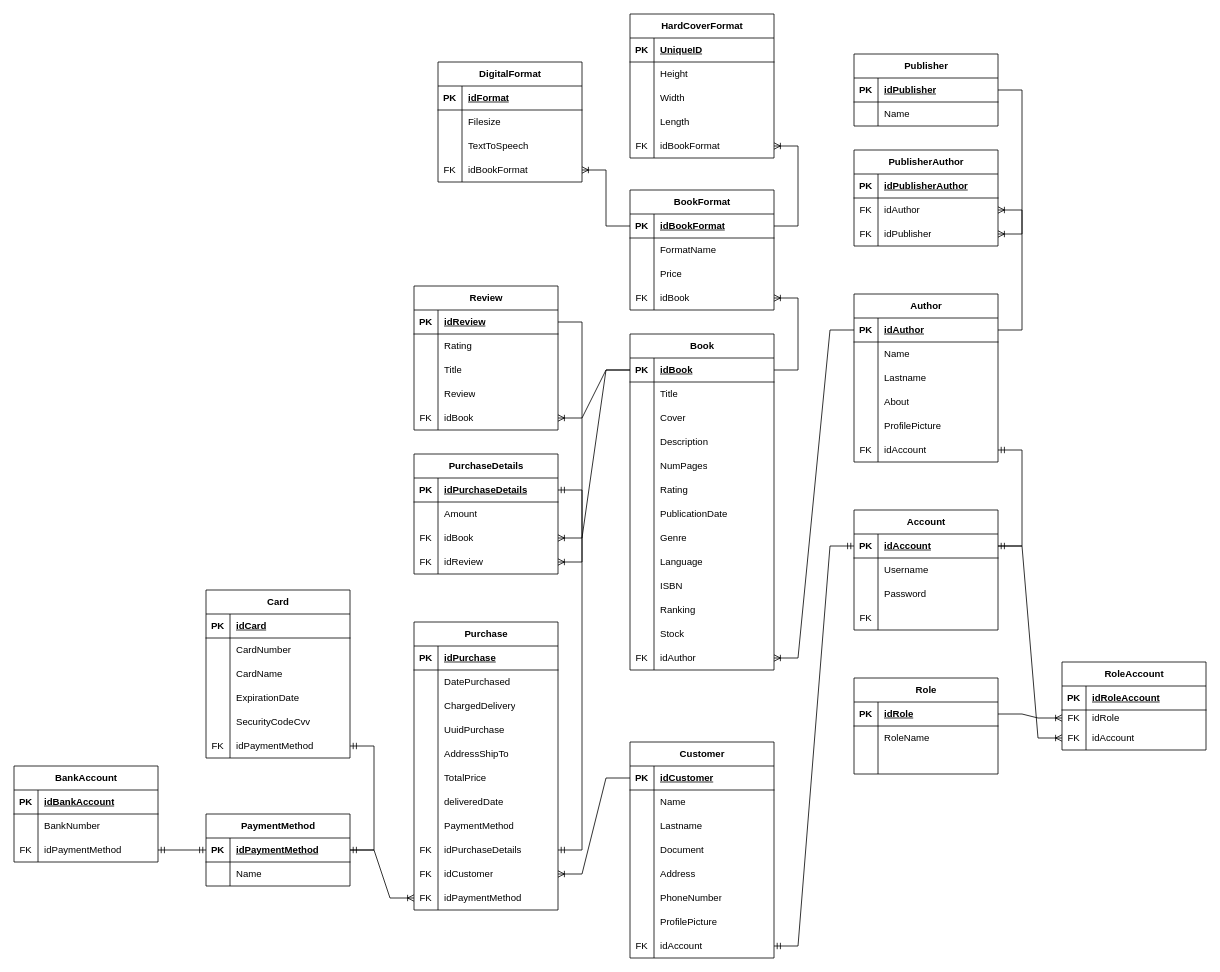
Before: docs/diagrams/bookStoreEntityRelation.drawio in josueBarretogit/goApiBookstore, a draw.io diagram. Source tidied: cells renumbered, new cells numbered last; positions are measured from the earlier drawing's top-left corner, leaving out a move shared by most shapes. Both pictures are drawn from the tidied source at 80%, with x=0, y=0 at pixel (14, 14).
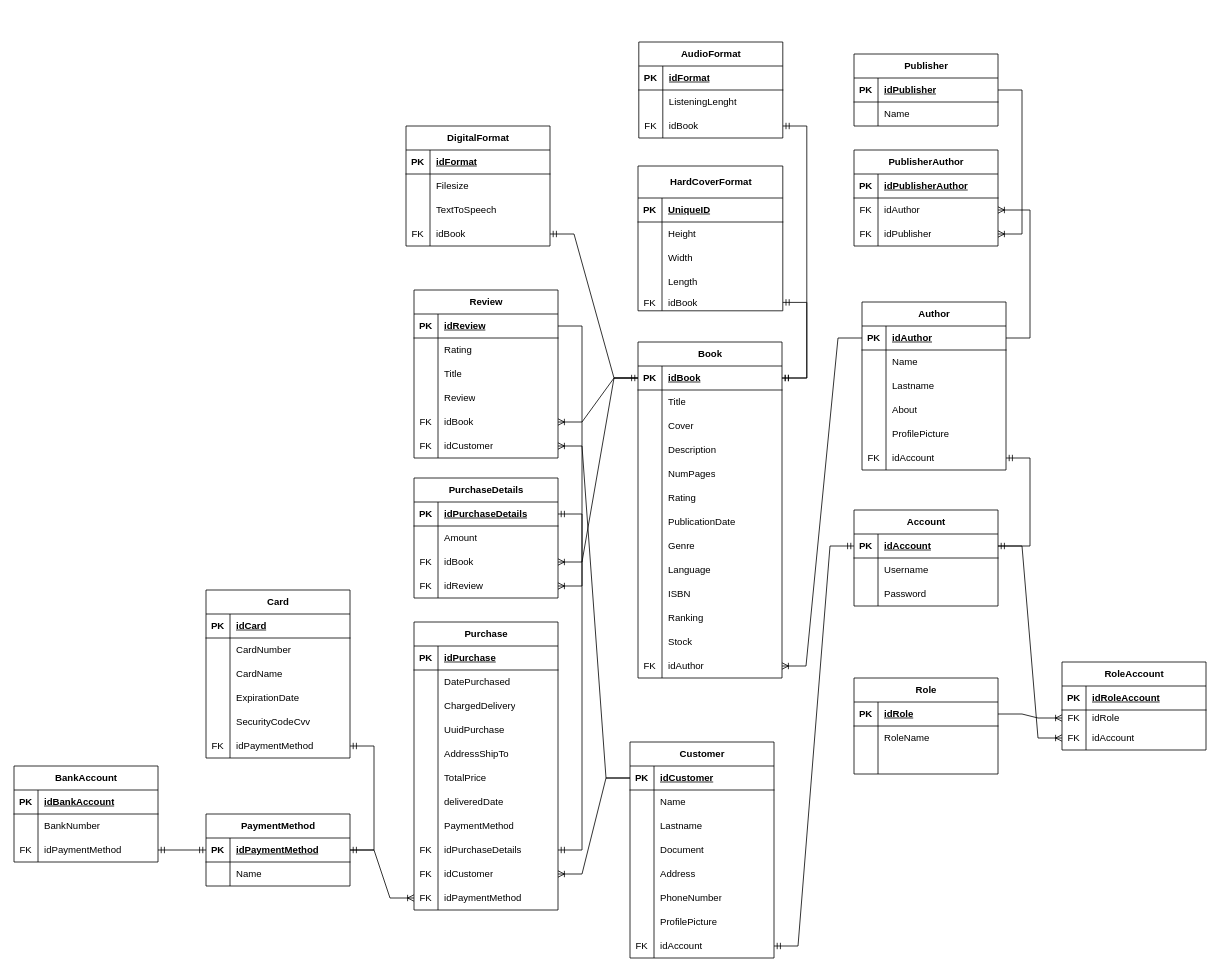
Above is the later version.

Commit message:
fix format relation

The change refers to these unchanged cells:
```xml
<mxCell id="3" style="shape=tableRow;horizontal=0;startSize=0;swimlaneHead=0;swimlaneBody=0;fillColor=none;points=[[0,0.5],[1,0.5]];portConstraint=eastwest;top=0;left=0;right=0;bottom=1;" parent="2" vertex="1">
  <mxGeometry y="30" width="180" height="30" as="geometry" />
</mxCell>
<mxCell id="86" style="shape=tableRow;horizontal=0;startSize=0;swimlaneHead=0;swimlaneBody=0;fillColor=none;points=[[0,0.5],[1,0.5]];portConstraint=eastwest;top=0;left=0;right=0;bottom=1;" parent="85" vertex="1">
  <mxGeometry y="30" width="180" height="30" as="geometry" />
</mxCell>
<mxCell id="187" style="shape=tableRow;horizontal=0;startSize=0;swimlaneHead=0;swimlaneBody=0;fillColor=none;points=[[0,0.5],[1,0.5]];portConstraint=eastwest;top=0;left=0;right=0;bottom=0;" parent="177" vertex="1">
  <mxGeometry y="120" width="180" height="30" as="geometry" />
</mxCell>
```

The edit, as a diff of the source:
```diff
@@
     <mxCell id="2" value="Book" style="shape=table;startSize=30;childLayout=tableLayout;rowLines=0;fontStyle=1;align=center;html=1;" parent="1" vertex="1">
-      <mxGeometry x="770" y="400" width="180" height="420" as="geometry" />
+      <mxGeometry x="780" y="410" width="180" height="420" as="geometry" />
     </mxCell>
@@
     <mxCell id="42" value="Account" style="shape=table;startSize=30;childLayout=tableLayout;rowLines=0;fontStyle=1;align=center;html=1;" parent="1" vertex="1">
-      <mxGeometry x="1050" y="620" width="180" height="150" as="geometry" />
+      <mxGeometry x="1050" y="620" width="180" height="120" as="geometry" />
     </mxCell>
@@
-    <mxCell id="52" style="shape=tableRow;horizontal=0;startSize=0;swimlaneHead=0;swimlaneBody=0;fillColor=none;top=0;left=0;right=0;bottom=0;" parent="42" vertex="1">
-      <mxGeometry y="120" width="180" height="30" as="geometry" />
-    </mxCell>
-    <mxCell id="53" value="FK" style="shape=partialRectangle;fillColor=none;top=0;left=0;bottom=0;right=0;overflow=hidden;whiteSpace=wrap;html=1;" parent="52" vertex="1">
-      <mxGeometry width="30" height="30" as="geometry" />
-    </mxCell>
-    <mxCell id="54" style="shape=partialRectangle;fillColor=none;top=0;left=0;bottom=0;right=0;align=left;spacingLeft=6;overflow=hidden;whiteSpace=wrap;html=1;" parent="52" vertex="1">
-      <mxGeometry x="30" width="150" height="30" as="geometry" />
-    </mxCell>
     <mxCell id="55" value="Author" style="shape=table;startSize=30;childLayout=tableLayout;rowLines=0;fontStyle=1;align=center;html=1;" parent="1" vertex="1">
-      <mxGeometry x="1050" y="350" width="180" height="210" as="geometry" />
+      <mxGeometry x="1060" y="360" width="180" height="210" as="geometry" />
     </mxCell>
@@
     <mxCell id="144" value="Review" style="shape=table;startSize=30;childLayout=tableLayout;rowLines=0;fontStyle=1;align=center;html=1;" parent="1" vertex="1">
-      <mxGeometry x="500" y="340" width="180" height="180" as="geometry" />
+      <mxGeometry x="500" y="345" width="180" height="210" as="geometry" />
     </mxCell>
@@
+    <mxCell id="295" style="shape=tableRow;horizontal=0;startSize=0;swimlaneHead=0;swimlaneBody=0;fillColor=none;points=[[0,0.5],[1,0.5]];portConstraint=eastwest;top=0;left=0;right=0;bottom=0;" parent="144" vertex="1">
+      <mxGeometry y="180" width="180" height="30" as="geometry" />
+    </mxCell>
+    <mxCell id="296" value="FK" style="shape=partialRectangle;fillColor=none;top=0;left=0;bottom=0;right=0;overflow=hidden;whiteSpace=wrap;html=1;" parent="295" vertex="1">
+      <mxGeometry width="30" height="30" as="geometry" />
+    </mxCell>
+    <mxCell id="297" value="idCustomer" style="shape=partialRectangle;fillColor=none;top=0;left=0;bottom=0;right=0;align=left;spacingLeft=6;overflow=hidden;whiteSpace=wrap;html=1;" parent="295" vertex="1">
+      <mxGeometry x="30" width="150" height="30" as="geometry" />
+    </mxCell>
     <mxCell id="160" value="PurchaseDetails" style="shape=table;startSize=30;childLayout=tableLayout;rowLines=0;fontStyle=1;align=center;html=1;" parent="1" vertex="1">
-      <mxGeometry x="500" y="550" width="180" height="150" as="geometry" />
+      <mxGeometry x="500" y="580" width="180" height="150" as="geometry" />
     </mxCell>
@@
     <mxCell id="177" value="DigitalFormat" style="shape=table;startSize=30;childLayout=tableLayout;rowLines=0;fontStyle=1;align=center;html=1;" parent="1" vertex="1">
-      <mxGeometry x="530" y="60" width="180" height="150" as="geometry" />
+      <mxGeometry x="490" y="140" width="180" height="150" as="geometry" />
     </mxCell>
@@
-    <mxCell id="189" value="idBookFormat" style="shape=partialRectangle;fillColor=none;top=0;left=0;bottom=0;right=0;align=left;spacingLeft=6;overflow=hidden;whiteSpace=wrap;html=1;" parent="187" vertex="1">
+    <mxCell id="189" value="idBook" style="shape=partialRectangle;fillColor=none;top=0;left=0;bottom=0;right=0;align=left;spacingLeft=6;overflow=hidden;whiteSpace=wrap;html=1;" parent="187" vertex="1">
       <mxGeometry x="30" width="150" height="30" as="geometry" />
     </mxCell>
-    <mxCell id="190" value="BookFormat" style="shape=table;startSize=30;childLayout=tableLayout;rowLines=0;fontStyle=1;align=center;html=1;" parent="1" vertex="1">
-      <mxGeometry x="770" y="220" width="180" height="150" as="geometry" />
-    </mxCell>
-    <mxCell id="191" style="shape=tableRow;horizontal=0;startSize=0;swimlaneHead=0;swimlaneBody=0;fillColor=none;points=[[0,0.5],[1,0.5]];portConstraint=eastwest;top=0;left=0;right=0;bottom=1;" parent="190" vertex="1">
-      <mxGeometry y="30" width="180" height="30" as="geometry" />
-    </mxCell>
-    <mxCell id="192" value="PK" style="shape=partialRectangle;fillColor=none;top=0;left=0;bottom=0;right=0;fontStyle=1;overflow=hidden;whiteSpace=wrap;html=1;" parent="191" vertex="1">
-      <mxGeometry width="30" height="30" as="geometry" />
-    </mxCell>
-    <mxCell id="193" value="idBookFormat" style="shape=partialRectangle;fillColor=none;top=0;left=0;bottom=0;right=0;align=left;spacingLeft=6;fontStyle=5;overflow=hidden;whiteSpace=wrap;html=1;" parent="191" vertex="1">
-      <mxGeometry x="30" width="150" height="30" as="geometry" />
-    </mxCell>
-    <mxCell id="194" style="shape=tableRow;horizontal=0;startSize=0;swimlaneHead=0;swimlaneBody=0;fillColor=none;top=0;left=0;right=0;bottom=0;" parent="190" vertex="1">
-      <mxGeometry y="60" width="180" height="30" as="geometry" />
-    </mxCell>
-    <mxCell id="195" style="shape=partialRectangle;fillColor=none;top=0;left=0;bottom=0;right=0;overflow=hidden;whiteSpace=wrap;html=1;" parent="194" vertex="1">
-      <mxGeometry width="30" height="30" as="geometry" />
-    </mxCell>
-    <mxCell id="196" value="FormatName" style="shape=partialRectangle;fillColor=none;top=0;left=0;bottom=0;right=0;align=left;spacingLeft=6;overflow=hidden;whiteSpace=wrap;html=1;" parent="194" vertex="1">
-      <mxGeometry x="30" width="150" height="30" as="geometry" />
-    </mxCell>
-    <mxCell id="197" style="shape=tableRow;horizontal=0;startSize=0;swimlaneHead=0;swimlaneBody=0;fillColor=none;points=[[0,0.5],[1,0.5]];portConstraint=eastwest;top=0;left=0;right=0;bottom=0;" parent="190" vertex="1">
-      <mxGeometry y="90" width="180" height="30" as="geometry" />
-    </mxCell>
-    <mxCell id="198" style="shape=partialRectangle;fillColor=none;top=0;left=0;bottom=0;right=0;overflow=hidden;whiteSpace=wrap;html=1;" parent="197" vertex="1">
-      <mxGeometry width="30" height="30" as="geometry" />
-    </mxCell>
-    <mxCell id="199" value="Price" style="shape=partialRectangle;fillColor=none;top=0;left=0;bottom=0;right=0;align=left;spacingLeft=6;overflow=hidden;whiteSpace=wrap;html=1;" parent="197" vertex="1">
-      <mxGeometry x="30" width="150" height="30" as="geometry" />
-    </mxCell>
-    <mxCell id="200" style="shape=tableRow;horizontal=0;startSize=0;swimlaneHead=0;swimlaneBody=0;fillColor=none;points=[[0,0.5],[1,0.5]];portConstraint=eastwest;top=0;left=0;right=0;bottom=0;" parent="190" vertex="1">
-      <mxGeometry y="120" width="180" height="30" as="geometry" />
-    </mxCell>
-    <mxCell id="201" value="FK" style="shape=partialRectangle;fillColor=none;top=0;left=0;bottom=0;right=0;overflow=hidden;whiteSpace=wrap;html=1;" parent="200" vertex="1">
-      <mxGeometry width="30" height="30" as="geometry" />
-    </mxCell>
-    <mxCell id="202" value="idBook" style="shape=partialRectangle;fillColor=none;top=0;left=0;bottom=0;right=0;align=left;spacingLeft=6;overflow=hidden;whiteSpace=wrap;html=1;" parent="200" vertex="1">
-      <mxGeometry x="30" width="150" height="30" as="geometry" />
-    </mxCell>
-    <mxCell id="203" style="edgeStyle=entityRelationEdgeStyle;fontSize=12;html=1;endArrow=ERoneToMany;rounded=0;" parent="1" edge="1" source="3" target="200">
-      <mxGeometry relative="1" as="geometry" />
-    </mxCell>
@@
-    <mxCell id="264" value="HardCoverFormat" style="shape=table;startSize=30;childLayout=tableLayout;rowLines=0;fontStyle=1;align=center;html=1;" parent="1" vertex="1">
-      <mxGeometry x="770" width="180" height="180" as="geometry" />
+    <mxCell id="264" value="HardCoverFormat" style="shape=table;startSize=40;childLayout=tableLayout;rowLines=0;fontStyle=1;align=center;html=1;" parent="1" vertex="1">
+      <mxGeometry x="780" y="190" width="181" height="181" as="geometry" />
     </mxCell>
     <mxCell id="265" style="shape=tableRow;horizontal=0;startSize=0;swimlaneHead=0;swimlaneBody=0;fillColor=none;top=0;left=0;right=0;bottom=1;" parent="264" vertex="1">
-      <mxGeometry y="30" width="180" height="30" as="geometry" />
+      <mxGeometry y="40" width="181" height="30" as="geometry" />
     </mxCell>
@@
     <mxCell id="267" value="UniqueID" style="shape=partialRectangle;fillColor=none;top=0;left=0;bottom=0;right=0;align=left;spacingLeft=6;fontStyle=5;overflow=hidden;whiteSpace=wrap;html=1;" parent="265" vertex="1">
-      <mxGeometry x="30" width="150" height="30" as="geometry" />
+      <mxGeometry x="30" width="151" height="30" as="geometry" />
     </mxCell>
     <mxCell id="268" style="shape=tableRow;horizontal=0;startSize=0;swimlaneHead=0;swimlaneBody=0;fillColor=none;top=0;left=0;right=0;bottom=0;" parent="264" vertex="1">
-      <mxGeometry y="60" width="180" height="30" as="geometry" />
+      <mxGeometry y="70" width="181" height="30" as="geometry" />
     </mxCell>
@@
     <mxCell id="270" value="Height" style="shape=partialRectangle;fillColor=none;top=0;left=0;bottom=0;right=0;align=left;spacingLeft=6;overflow=hidden;whiteSpace=wrap;html=1;" parent="268" vertex="1">
-      <mxGeometry x="30" width="150" height="30" as="geometry" />
+      <mxGeometry x="30" width="151" height="30" as="geometry" />
     </mxCell>
     <mxCell id="271" style="shape=tableRow;horizontal=0;startSize=0;swimlaneHead=0;swimlaneBody=0;fillColor=none;top=0;left=0;right=0;bottom=0;" parent="264" vertex="1">
-      <mxGeometry y="90" width="180" height="30" as="geometry" />
+      <mxGeometry y="100" width="181" height="30" as="geometry" />
     </mxCell>
@@
     <mxCell id="273" value="Width" style="shape=partialRectangle;fillColor=none;top=0;left=0;bottom=0;right=0;align=left;spacingLeft=6;overflow=hidden;whiteSpace=wrap;html=1;" parent="271" vertex="1">
-      <mxGeometry x="30" width="150" height="30" as="geometry" />
+      <mxGeometry x="30" width="151" height="30" as="geometry" />
     </mxCell>
     <mxCell id="274" style="shape=tableRow;horizontal=0;startSize=0;swimlaneHead=0;swimlaneBody=0;fillColor=none;top=0;left=0;right=0;bottom=0;" parent="264" vertex="1">
-      <mxGeometry y="120" width="180" height="30" as="geometry" />
+      <mxGeometry y="130" width="181" height="30" as="geometry" />
     </mxCell>
@@
     <mxCell id="276" value="Length" style="shape=partialRectangle;fillColor=none;top=0;left=0;bottom=0;right=0;align=left;spacingLeft=6;overflow=hidden;whiteSpace=wrap;html=1;" parent="274" vertex="1">
-      <mxGeometry x="30" width="150" height="30" as="geometry" />
+      <mxGeometry x="30" width="151" height="30" as="geometry" />
     </mxCell>
     <mxCell id="277" style="shape=tableRow;horizontal=0;startSize=0;swimlaneHead=0;swimlaneBody=0;fillColor=none;points=[[0,0.5],[1,0.5]];portConstraint=eastwest;top=0;left=0;right=0;bottom=0;" parent="264" vertex="1">
-      <mxGeometry y="150" width="180" height="30" as="geometry" />
+      <mxGeometry y="160" width="181" height="21" as="geometry" />
     </mxCell>
     <mxCell id="278" value="FK" style="shape=partialRectangle;fillColor=none;top=0;left=0;bottom=0;right=0;overflow=hidden;whiteSpace=wrap;html=1;" parent="277" vertex="1">
-      <mxGeometry width="30" height="30" as="geometry" />
+      <mxGeometry width="30" height="21" as="geometry" />
     </mxCell>
-    <mxCell id="279" value="idBookFormat" style="shape=partialRectangle;fillColor=none;top=0;left=0;bottom=0;right=0;align=left;spacingLeft=6;overflow=hidden;whiteSpace=wrap;html=1;" parent="277" vertex="1">
-      <mxGeometry x="30" width="150" height="30" as="geometry" />
+    <mxCell id="279" value="idBook" style="shape=partialRectangle;fillColor=none;top=0;left=0;bottom=0;right=0;align=left;spacingLeft=6;overflow=hidden;whiteSpace=wrap;html=1;" parent="277" vertex="1">
+      <mxGeometry x="30" width="151" height="21" as="geometry" />
     </mxCell>
-    <mxCell id="280" style="edgeStyle=entityRelationEdgeStyle;fontSize=12;html=1;endArrow=ERoneToMany;rounded=0;" parent="1" edge="1" source="191" target="277">
-      <mxGeometry relative="1" as="geometry" />
-    </mxCell>
-    <mxCell id="281" style="edgeStyle=entityRelationEdgeStyle;fontSize=12;html=1;endArrow=ERoneToMany;rounded=0;" parent="1" edge="1" source="191" target="187">
-      <mxGeometry relative="1" as="geometry" />
-    </mxCell>
@@
+    <mxCell id="298" value="AudioFormat" style="shape=table;startSize=30;childLayout=tableLayout;rowLines=0;fontStyle=1;align=center;html=1;" parent="1" vertex="1">
+      <mxGeometry x="781" y="35" width="180" height="120" as="geometry" />
+    </mxCell>
+    <mxCell id="191" style="shape=tableRow;horizontal=0;startSize=0;swimlaneHead=0;swimlaneBody=0;fillColor=none;points=[[0,0.5],[1,0.5]];portConstraint=eastwest;top=0;left=0;right=0;bottom=1;" parent="298" vertex="1">
+      <mxGeometry y="30" width="180" height="30" as="geometry" />
+    </mxCell>
+    <mxCell id="192" value="PK" style="shape=partialRectangle;fillColor=none;top=0;left=0;bottom=0;right=0;fontStyle=1;overflow=hidden;whiteSpace=wrap;html=1;" parent="191" vertex="1">
+      <mxGeometry width="30" height="30" as="geometry" />
+    </mxCell>
+    <mxCell id="299" value="idFormat" style="shape=partialRectangle;fillColor=none;top=0;left=0;bottom=0;right=0;align=left;spacingLeft=6;fontStyle=5;overflow=hidden;whiteSpace=wrap;html=1;" parent="191" vertex="1">
+      <mxGeometry x="30" width="150" height="30" as="geometry" />
+    </mxCell>
+    <mxCell id="194" style="shape=tableRow;horizontal=0;startSize=0;swimlaneHead=0;swimlaneBody=0;fillColor=none;top=0;left=0;right=0;bottom=0;" parent="298" vertex="1">
+      <mxGeometry y="60" width="180" height="30" as="geometry" />
+    </mxCell>
+    <mxCell id="300" style="shape=partialRectangle;fillColor=none;top=0;left=0;bottom=0;right=0;overflow=hidden;whiteSpace=wrap;html=1;" parent="194" vertex="1">
+      <mxGeometry width="30" height="30" as="geometry" />
+    </mxCell>
+    <mxCell id="301" value="ListeningLenght" style="shape=partialRectangle;fillColor=none;top=0;left=0;bottom=0;right=0;align=left;spacingLeft=6;overflow=hidden;whiteSpace=wrap;html=1;" parent="194" vertex="1">
+      <mxGeometry x="30" width="150" height="30" as="geometry" />
+    </mxCell>
+    <mxCell id="197" style="shape=tableRow;horizontal=0;startSize=0;swimlaneHead=0;swimlaneBody=0;fillColor=none;points=[[0,0.5],[1,0.5]];portConstraint=eastwest;top=0;left=0;right=0;bottom=0;" parent="298" vertex="1">
+      <mxGeometry y="90" width="180" height="30" as="geometry" />
+    </mxCell>
+    <mxCell id="302" value="FK" style="shape=partialRectangle;fillColor=none;top=0;left=0;bottom=0;right=0;overflow=hidden;whiteSpace=wrap;html=1;" parent="197" vertex="1">
+      <mxGeometry width="30" height="30" as="geometry" />
+    </mxCell>
+    <mxCell id="202" value="idBook" style="shape=partialRectangle;fillColor=none;top=0;left=0;bottom=0;right=0;align=left;spacingLeft=6;overflow=hidden;whiteSpace=wrap;html=1;" parent="197" vertex="1">
+      <mxGeometry x="30" width="150" height="30" as="geometry" />
+    </mxCell>
+    <mxCell id="303" style="edgeStyle=entityRelationEdgeStyle;fontSize=12;html=1;endArrow=ERmandOne;startArrow=ERmandOne;rounded=0;" parent="1" edge="1" source="3" target="187">
+      <mxGeometry relative="1" as="geometry" />
+    </mxCell>
+    <mxCell id="304" style="edgeStyle=entityRelationEdgeStyle;fontSize=12;html=1;endArrow=ERmandOne;startArrow=ERmandOne;rounded=0;" parent="1" edge="1" source="3" target="277">
+      <mxGeometry relative="1" as="geometry" />
+    </mxCell>
+    <mxCell id="305" style="edgeStyle=entityRelationEdgeStyle;fontSize=12;html=1;endArrow=ERmandOne;startArrow=ERmandOne;rounded=0;" parent="1" edge="1" source="3" target="197">
+      <mxGeometry relative="1" as="geometry" />
+    </mxCell>
+    <mxCell id="306" style="edgeStyle=entityRelationEdgeStyle;fontSize=12;html=1;endArrow=ERoneToMany;rounded=0;" parent="1" edge="1" source="86" target="295">
+      <mxGeometry relative="1" as="geometry" />
+    </mxCell>
```
